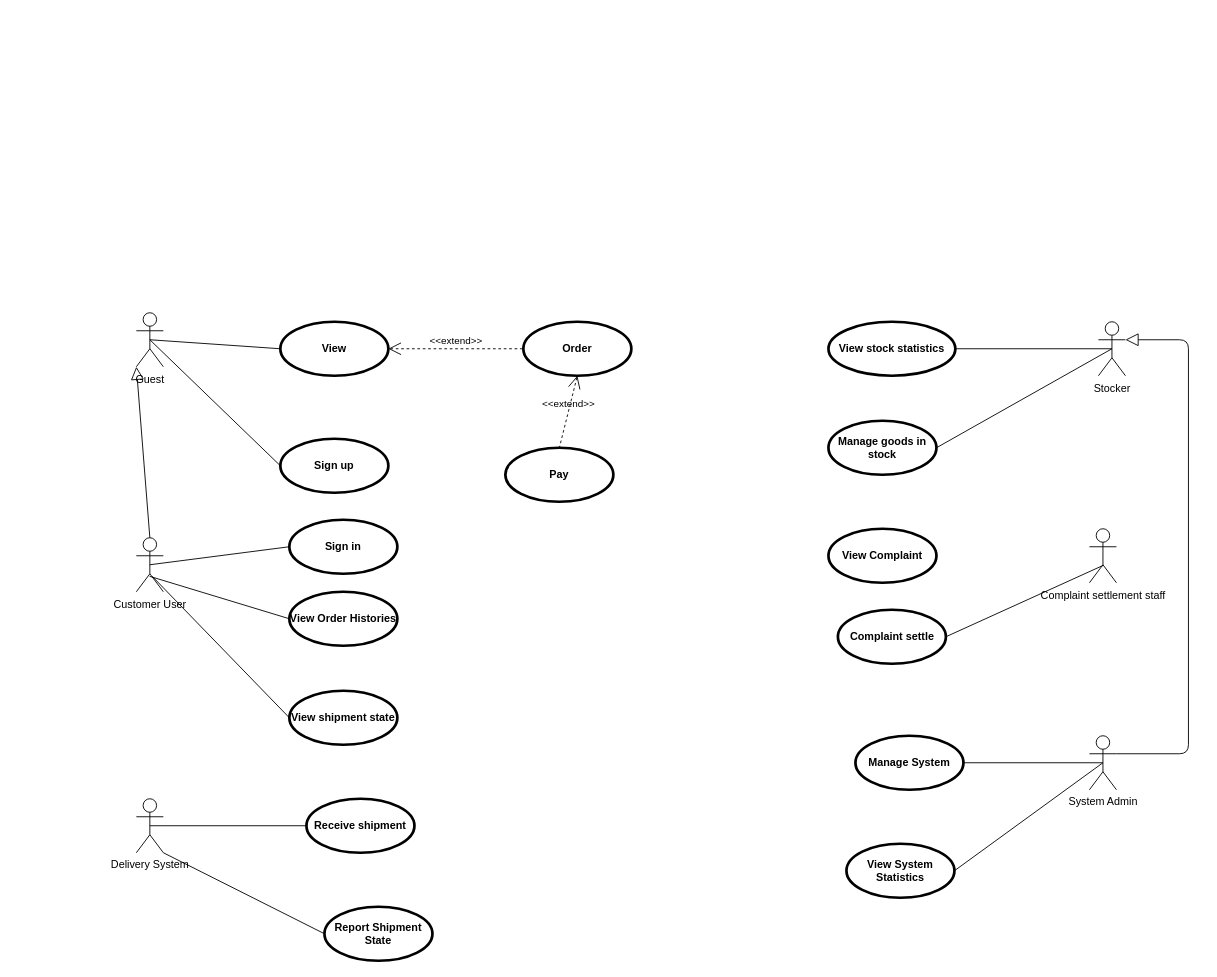
Earlier version of the draw.io diagram System_Design/UseCase/UseCase.drawio (giakhangnguyenlam/WebsiteTangQua). Source tidied: cells renumbered, new cells numbered last; positions are measured from the earlier drawing's top-left corner, leaving out a move shared by most shapes. Both pictures are drawn from the tidied source at 90%, with x=0, y=0 at pixel (136, 312).
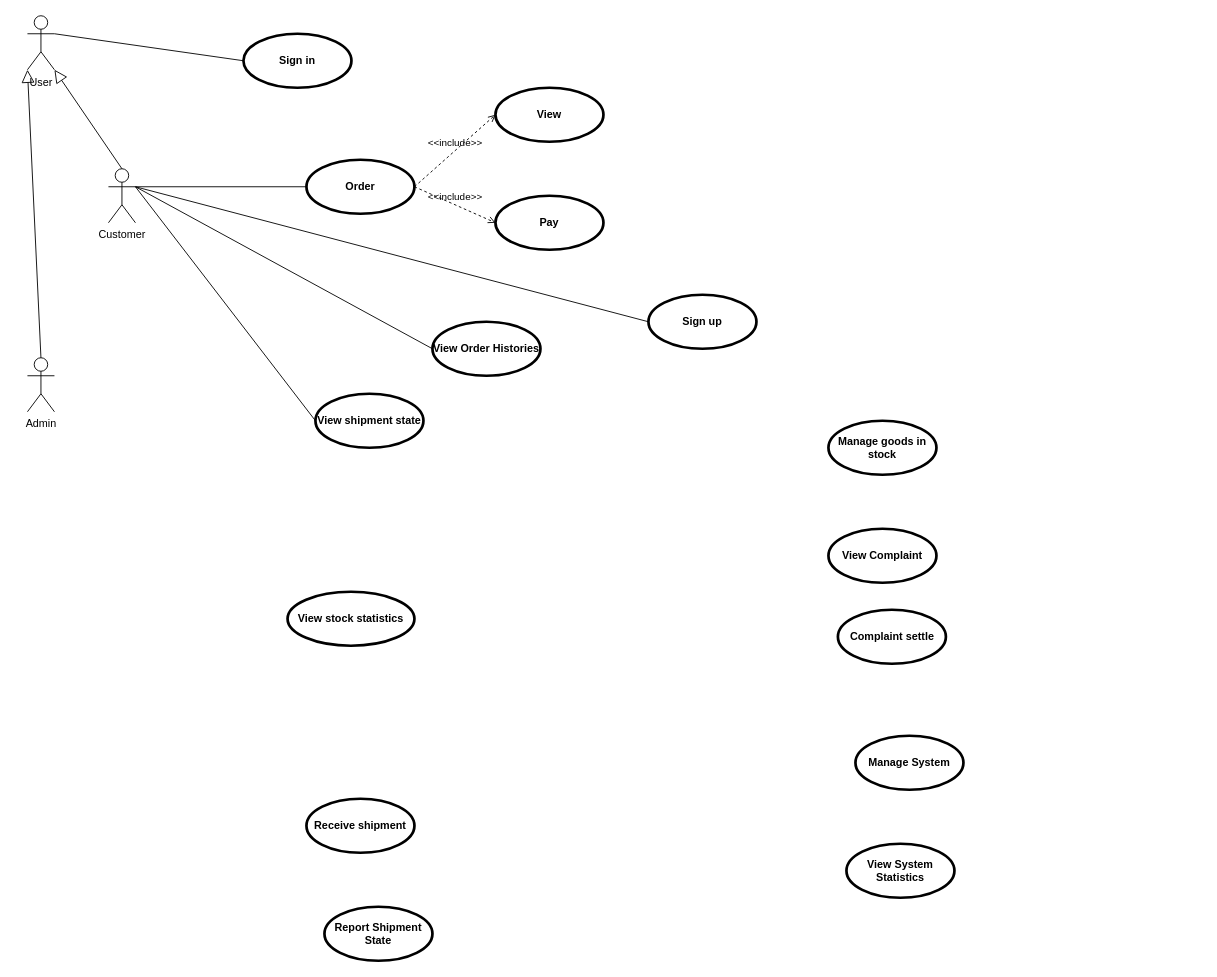
The same diagram, later.

The change refers to these unchanged cells:
```xml
<mxCell id="19" value="Complaint settle" style="shape=ellipse;html=1;strokeWidth=3;fontStyle=1;whiteSpace=wrap;align=center;perimeter=ellipsePerimeter;" parent="1" vertex="1">
  <mxGeometry x="779.5" y="330" width="120" height="60" as="geometry" />
</mxCell>
<mxCell id="27" value="Manage goods in stock" style="shape=ellipse;html=1;strokeWidth=3;fontStyle=1;whiteSpace=wrap;align=center;perimeter=ellipsePerimeter;" parent="1" vertex="1">
  <mxGeometry x="769" y="120" width="120" height="60" as="geometry" />
</mxCell>
<mxCell id="29" value="Manage System" style="shape=ellipse;html=1;strokeWidth=3;fontStyle=1;whiteSpace=wrap;align=center;perimeter=ellipsePerimeter;" parent="1" vertex="1">
  <mxGeometry x="799" y="470" width="120" height="60" as="geometry" />
</mxCell>
<mxCell id="30" value="Receive shipment" style="shape=ellipse;html=1;strokeWidth=3;fontStyle=1;whiteSpace=wrap;align=center;perimeter=ellipsePerimeter;" parent="1" vertex="1">
  <mxGeometry x="189" y="540" width="120" height="60" as="geometry" />
</mxCell>
<mxCell id="34" value="View System Statistics" style="shape=ellipse;html=1;strokeWidth=3;fontStyle=1;whiteSpace=wrap;align=center;perimeter=ellipsePerimeter;" parent="1" vertex="1">
  <mxGeometry x="789" y="590" width="120" height="60" as="geometry" />
</mxCell>
<mxCell id="37" value="Report Shipment State" style="shape=ellipse;html=1;strokeWidth=3;fontStyle=1;whiteSpace=wrap;align=center;perimeter=ellipsePerimeter;" parent="1" vertex="1">
  <mxGeometry x="209" y="660" width="120" height="60" as="geometry" />
</mxCell>
```

Diff of the diagram source:
```diff
@@
-    <mxCell id="2" value="Guest" style="shape=umlActor;html=1;verticalLabelPosition=bottom;verticalAlign=top;align=center;" parent="1" vertex="1">
-      <mxGeometry width="30" height="60" as="geometry" />
-    </mxCell>
-    <mxCell id="3" value="Customer User" style="shape=umlActor;html=1;verticalLabelPosition=bottom;verticalAlign=top;align=center;" parent="1" vertex="1">
-      <mxGeometry y="250" width="30" height="60" as="geometry" />
-    </mxCell>
-    <mxCell id="4" value="Stocker" style="shape=umlActor;html=1;verticalLabelPosition=bottom;verticalAlign=top;align=center;" parent="1" vertex="1">
-      <mxGeometry x="1069" y="10" width="30" height="60" as="geometry" />
-    </mxCell>
-    <mxCell id="5" value="System Admin" style="shape=umlActor;html=1;verticalLabelPosition=bottom;verticalAlign=top;align=center;" parent="1" vertex="1">
-      <mxGeometry x="1059" y="470" width="30" height="60" as="geometry" />
-    </mxCell>
-    <mxCell id="6" value="Delivery System" style="shape=umlActor;html=1;verticalLabelPosition=bottom;verticalAlign=top;align=center;" parent="1" vertex="1">
-      <mxGeometry y="540" width="30" height="60" as="geometry" />
-    </mxCell>
-    <mxCell id="7" value="Complaint settlement staff" style="shape=umlActor;html=1;verticalLabelPosition=bottom;verticalAlign=top;align=center;" parent="1" vertex="1">
-      <mxGeometry x="1059" y="240" width="30" height="60" as="geometry" />
-    </mxCell>
     <mxCell id="8" value="View" style="shape=ellipse;html=1;strokeWidth=3;fontStyle=1;whiteSpace=wrap;align=center;perimeter=ellipsePerimeter;" parent="1" vertex="1">
-      <mxGeometry x="160" y="10" width="120" height="60" as="geometry" />
+      <mxGeometry x="399" y="-250" width="120" height="60" as="geometry" />
     </mxCell>
     <mxCell id="9" value="Order" style="shape=ellipse;html=1;strokeWidth=3;fontStyle=1;whiteSpace=wrap;align=center;perimeter=ellipsePerimeter;" parent="1" vertex="1">
-      <mxGeometry x="430" y="10" width="120" height="60" as="geometry" />
+      <mxGeometry x="189" y="-170" width="120" height="60" as="geometry" />
     </mxCell>
-    <mxCell id="10" value="&amp;lt;&amp;lt;extend&amp;gt;&amp;gt;" style="edgeStyle=none;html=1;startArrow=open;endArrow=none;startSize=12;verticalAlign=bottom;dashed=1;labelBackgroundColor=none;exitX=1;exitY=0.5;exitDx=0;exitDy=0;entryX=0;entryY=0.5;entryDx=0;entryDy=0;" parent="1" edge="1" source="8" target="9">
-      <mxGeometry relative="1" as="geometry" />
-    </mxCell>
-    <mxCell id="11" style="edgeStyle=none;html=1;endArrow=none;verticalAlign=bottom;exitX=0.5;exitY=0.5;exitDx=0;exitDy=0;exitPerimeter=0;entryX=0;entryY=0.5;entryDx=0;entryDy=0;" parent="1" edge="1" source="2" target="8">
-      <mxGeometry relative="1" as="geometry" />
-    </mxCell>
     <mxCell id="12" value="Sign up" style="shape=ellipse;html=1;strokeWidth=3;fontStyle=1;whiteSpace=wrap;align=center;perimeter=ellipsePerimeter;" parent="1" vertex="1">
-      <mxGeometry x="160" y="140" width="120" height="60" as="geometry" />
+      <mxGeometry x="569" y="-20" width="120" height="60" as="geometry" />
     </mxCell>
-    <mxCell id="13" style="edgeStyle=none;html=1;endArrow=none;verticalAlign=bottom;exitX=0.5;exitY=0.5;exitDx=0;exitDy=0;exitPerimeter=0;entryX=0;entryY=0.5;entryDx=0;entryDy=0;" parent="1" edge="1" source="2" target="12">
-      <mxGeometry relative="1" as="geometry" />
-    </mxCell>
     <mxCell id="14" value="Sign in" style="shape=ellipse;html=1;strokeWidth=3;fontStyle=1;whiteSpace=wrap;align=center;perimeter=ellipsePerimeter;" parent="1" vertex="1">
-      <mxGeometry x="170" y="230" width="120" height="60" as="geometry" />
+      <mxGeometry x="119" y="-310" width="120" height="60" as="geometry" />
     </mxCell>
-    <mxCell id="15" style="edgeStyle=none;html=1;endArrow=none;verticalAlign=bottom;exitX=0.5;exitY=0.5;exitDx=0;exitDy=0;exitPerimeter=0;entryX=0;entryY=0.5;entryDx=0;entryDy=0;" parent="1" edge="1" source="3" target="14">
-      <mxGeometry relative="1" as="geometry" />
-    </mxCell>
-    <mxCell id="16" style="edgeStyle=none;html=1;endArrow=block;endFill=0;endSize=12;verticalAlign=bottom;exitX=0.5;exitY=0;exitDx=0;exitDy=0;exitPerimeter=0;entryX=0;entryY=1;entryDx=0;entryDy=0;entryPerimeter=0;" parent="1" edge="1" source="3" target="2">
-      <mxGeometry relative="1" as="geometry" />
-    </mxCell>
     <mxCell id="17" value="Pay" style="shape=ellipse;html=1;strokeWidth=3;fontStyle=1;whiteSpace=wrap;align=center;perimeter=ellipsePerimeter;" parent="1" vertex="1">
-      <mxGeometry x="410" y="150" width="120" height="60" as="geometry" />
+      <mxGeometry x="399" y="-130" width="120" height="60" as="geometry" />
     </mxCell>
-    <mxCell id="18" value="&amp;lt;&amp;lt;extend&amp;gt;&amp;gt;" style="edgeStyle=none;html=1;startArrow=open;endArrow=none;startSize=12;verticalAlign=bottom;dashed=1;labelBackgroundColor=none;exitX=0.5;exitY=1;exitDx=0;exitDy=0;entryX=0.5;entryY=0;entryDx=0;entryDy=0;" parent="1" edge="1" source="9" target="17">
-      <mxGeometry relative="1" as="geometry" />
-    </mxCell>
@@
-    <mxCell id="20" style="edgeStyle=none;html=1;endArrow=none;verticalAlign=bottom;exitX=0.51;exitY=0.678;exitDx=0;exitDy=0;exitPerimeter=0;entryX=1;entryY=0.5;entryDx=0;entryDy=0;" parent="1" edge="1" source="7" target="19">
-      <mxGeometry relative="1" as="geometry" />
-    </mxCell>
     <mxCell id="21" value="View Order Histories" style="shape=ellipse;html=1;strokeWidth=3;fontStyle=1;whiteSpace=wrap;align=center;perimeter=ellipsePerimeter;" parent="1" vertex="1">
-      <mxGeometry x="170" y="310" width="120" height="60" as="geometry" />
+      <mxGeometry x="329" y="10" width="120" height="60" as="geometry" />
     </mxCell>
-    <mxCell id="22" style="edgeStyle=none;html=1;endArrow=none;verticalAlign=bottom;exitX=0.49;exitY=0.714;exitDx=0;exitDy=0;exitPerimeter=0;entryX=0;entryY=0.5;entryDx=0;entryDy=0;" parent="1" edge="1" source="3" target="21">
-      <mxGeometry relative="1" as="geometry" />
-    </mxCell>
     <mxCell id="23" value="View shipment state" style="shape=ellipse;html=1;strokeWidth=3;fontStyle=1;whiteSpace=wrap;align=center;perimeter=ellipsePerimeter;" parent="1" vertex="1">
-      <mxGeometry x="170" y="420" width="120" height="60" as="geometry" />
+      <mxGeometry x="199" y="90" width="120" height="60" as="geometry" />
     </mxCell>
-    <mxCell id="24" style="edgeStyle=none;html=1;endArrow=none;verticalAlign=bottom;exitX=0.586;exitY=0.714;exitDx=0;exitDy=0;exitPerimeter=0;entryX=0;entryY=0.5;entryDx=0;entryDy=0;" parent="1" edge="1" source="3" target="23">
-      <mxGeometry relative="1" as="geometry" />
-    </mxCell>
     <mxCell id="25" value="View stock statistics" style="shape=ellipse;html=1;strokeWidth=3;fontStyle=1;whiteSpace=wrap;align=center;perimeter=ellipsePerimeter;" parent="1" vertex="1">
-      <mxGeometry x="769" y="10" width="141" height="60" as="geometry" />
+      <mxGeometry x="168" y="310" width="141" height="60" as="geometry" />
     </mxCell>
-    <mxCell id="26" style="edgeStyle=none;html=1;endArrow=none;verticalAlign=bottom;entryX=0.5;entryY=0.5;entryDx=0;entryDy=0;entryPerimeter=0;exitX=1;exitY=0.5;exitDx=0;exitDy=0;" parent="1" edge="1" source="25" target="4">
-      <mxGeometry relative="1" as="geometry" />
-    </mxCell>
@@
-    <mxCell id="28" style="edgeStyle=none;html=1;endArrow=none;verticalAlign=bottom;entryX=0.5;entryY=0.5;entryDx=0;entryDy=0;entryPerimeter=0;exitX=1;exitY=0.5;exitDx=0;exitDy=0;" parent="1" edge="1" source="27" target="4">
-      <mxGeometry relative="1" as="geometry" />
-    </mxCell>
@@
-    <mxCell id="31" style="edgeStyle=none;html=1;endArrow=none;verticalAlign=bottom;exitX=0.5;exitY=0.5;exitDx=0;exitDy=0;exitPerimeter=0;entryX=0;entryY=0.5;entryDx=0;entryDy=0;" parent="1" edge="1" source="6" target="30">
-      <mxGeometry relative="1" as="geometry" />
-    </mxCell>
-    <mxCell id="32" style="edgeStyle=none;html=1;endArrow=none;verticalAlign=bottom;entryX=0.5;entryY=0.5;entryDx=0;entryDy=0;entryPerimeter=0;exitX=1;exitY=0.5;exitDx=0;exitDy=0;" parent="1" edge="1" source="29" target="5">
-      <mxGeometry relative="1" as="geometry" />
-    </mxCell>
-    <mxCell id="33" style="edgeStyle=elbowEdgeStyle;html=1;endArrow=block;endFill=0;endSize=12;verticalAlign=bottom;exitX=1;exitY=0.3333333333333333;exitDx=0;exitDy=0;exitPerimeter=0;entryX=1;entryY=0.3333333333333333;entryDx=0;entryDy=0;entryPerimeter=0;" parent="1" edge="1" source="5" target="4">
-      <mxGeometry relative="1" as="geometry">
-        <Array as="points">
-          <mxPoint x="1169" y="270" />
-        </Array>
-      </mxGeometry>
-    </mxCell>
@@
-    <mxCell id="35" style="edgeStyle=none;html=1;endArrow=none;verticalAlign=bottom;entryX=0.5;entryY=0.5;entryDx=0;entryDy=0;entryPerimeter=0;exitX=1;exitY=0.5;exitDx=0;exitDy=0;" parent="1" edge="1" source="34" target="5">
-      <mxGeometry relative="1" as="geometry" />
-    </mxCell>
@@
-    <mxCell id="38" style="edgeStyle=none;html=1;endArrow=none;verticalAlign=bottom;exitX=1;exitY=1;exitDx=0;exitDy=0;exitPerimeter=0;entryX=0;entryY=0.5;entryDx=0;entryDy=0;" parent="1" edge="1" source="6" target="37">
-      <mxGeometry relative="1" as="geometry" />
-    </mxCell>
+    <mxCell id="39" value="Customer" style="shape=umlActor;html=1;verticalLabelPosition=bottom;verticalAlign=top;align=center;" parent="1" vertex="1">
+      <mxGeometry x="-31" y="-160" width="30" height="60" as="geometry" />
+    </mxCell>
+    <mxCell id="40" value="Admin" style="shape=umlActor;html=1;verticalLabelPosition=bottom;verticalAlign=top;align=center;" parent="1" vertex="1">
+      <mxGeometry x="-121" y="50" width="30" height="60" as="geometry" />
+    </mxCell>
+    <mxCell id="41" value="User" style="shape=umlActor;html=1;verticalLabelPosition=bottom;verticalAlign=top;align=center;" parent="1" vertex="1">
+      <mxGeometry x="-121" y="-330" width="30" height="60" as="geometry" />
+    </mxCell>
+    <mxCell id="42" style="edgeStyle=none;html=1;endArrow=none;verticalAlign=bottom;exitX=1;exitY=0.3333333333333333;exitDx=0;exitDy=0;exitPerimeter=0;entryX=0;entryY=0.5;entryDx=0;entryDy=0;" parent="1" edge="1" source="39" target="9">
+      <mxGeometry relative="1" as="geometry" />
+    </mxCell>
+    <mxCell id="43" value="&amp;lt;&amp;lt;include&amp;gt;&amp;gt;" style="edgeStyle=none;html=1;endArrow=open;verticalAlign=bottom;dashed=1;labelBackgroundColor=none;entryX=0;entryY=0.5;entryDx=0;entryDy=0;exitX=1;exitY=0.5;exitDx=0;exitDy=0;" parent="1" edge="1" source="9" target="8">
+      <mxGeometry relative="1" as="geometry" />
+    </mxCell>
+    <mxCell id="18" value="&amp;lt;&amp;lt;include&amp;gt;&amp;gt;" style="edgeStyle=none;html=1;endArrow=open;verticalAlign=bottom;dashed=1;labelBackgroundColor=none;entryX=0;entryY=0.5;entryDx=0;entryDy=0;exitX=1;exitY=0.5;exitDx=0;exitDy=0;" parent="1" edge="1" source="9" target="17">
+      <mxGeometry relative="1" as="geometry" />
+    </mxCell>
+    <mxCell id="44" style="edgeStyle=none;html=1;endArrow=none;verticalAlign=bottom;exitX=1;exitY=0.3333333333333333;exitDx=0;exitDy=0;exitPerimeter=0;entryX=0;entryY=0.5;entryDx=0;entryDy=0;" parent="1" edge="1" source="39" target="12">
+      <mxGeometry relative="1" as="geometry" />
+    </mxCell>
+    <mxCell id="45" style="edgeStyle=none;html=1;endArrow=none;verticalAlign=bottom;exitX=1;exitY=0.3333333333333333;exitDx=0;exitDy=0;exitPerimeter=0;entryX=0;entryY=0.5;entryDx=0;entryDy=0;" parent="1" edge="1" source="41" target="14">
+      <mxGeometry relative="1" as="geometry" />
+    </mxCell>
+    <mxCell id="46" style="edgeStyle=none;html=1;endArrow=block;endFill=0;endSize=12;verticalAlign=bottom;exitX=0.5;exitY=0;exitDx=0;exitDy=0;exitPerimeter=0;entryX=0;entryY=1;entryDx=0;entryDy=0;entryPerimeter=0;" parent="1" edge="1" source="40" target="41">
+      <mxGeometry relative="1" as="geometry" />
+    </mxCell>
+    <mxCell id="47" style="edgeStyle=none;html=1;endArrow=block;endFill=0;endSize=12;verticalAlign=bottom;exitX=0.5;exitY=0;exitDx=0;exitDy=0;exitPerimeter=0;entryX=1;entryY=1;entryDx=0;entryDy=0;entryPerimeter=0;" parent="1" edge="1" source="39" target="41">
+      <mxGeometry relative="1" as="geometry" />
+    </mxCell>
+    <mxCell id="48" style="edgeStyle=none;html=1;endArrow=none;verticalAlign=bottom;exitX=1;exitY=0.3333333333333333;exitDx=0;exitDy=0;exitPerimeter=0;entryX=0;entryY=0.5;entryDx=0;entryDy=0;" parent="1" edge="1" source="39" target="23">
+      <mxGeometry relative="1" as="geometry" />
+    </mxCell>
+    <mxCell id="49" style="edgeStyle=none;html=1;endArrow=none;verticalAlign=bottom;exitX=1;exitY=0.3333333333333333;exitDx=0;exitDy=0;exitPerimeter=0;entryX=0;entryY=0.5;entryDx=0;entryDy=0;" parent="1" edge="1" source="39" target="21">
+      <mxGeometry relative="1" as="geometry" />
+    </mxCell>
```
